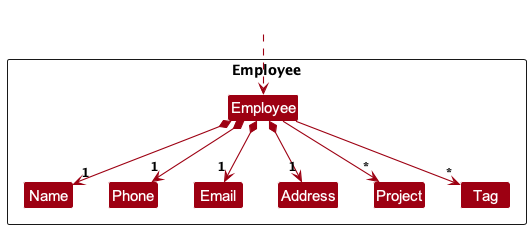
Earlier version of the PlantUML export docs/images/EmployeeClassDiagram.png (rayyan35p/tp).
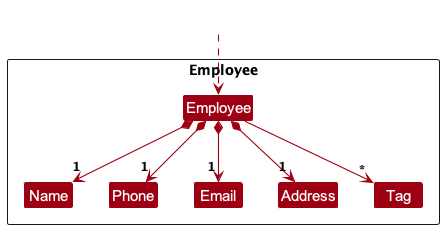
Later version of the same file.

What changed in the source:
```diff
@@ -11,7 +11,6 @@
 Class Name
 Class Phone
 Class Tag
-Class Project
 
 Class I #FFFFFF
 }
@@ -23,14 +22,12 @@
 Employee *-down-> "1" Phone
 Employee *-down-> "1" Email
 Employee *-down-> "1" Address
-Employee -down-> "*" Project
 Employee -down-> "*" Tag
 
 Name -[hidden]right-> Phone
 Phone -[hidden]right-> Email
 Email -[hidden]right-> Address
-Address -[hidden]right-> Project
-Project -[hidden]right-> Tag
+Address -[hidden]right-> Tag
 
 hide class fields
 @enduml
```
